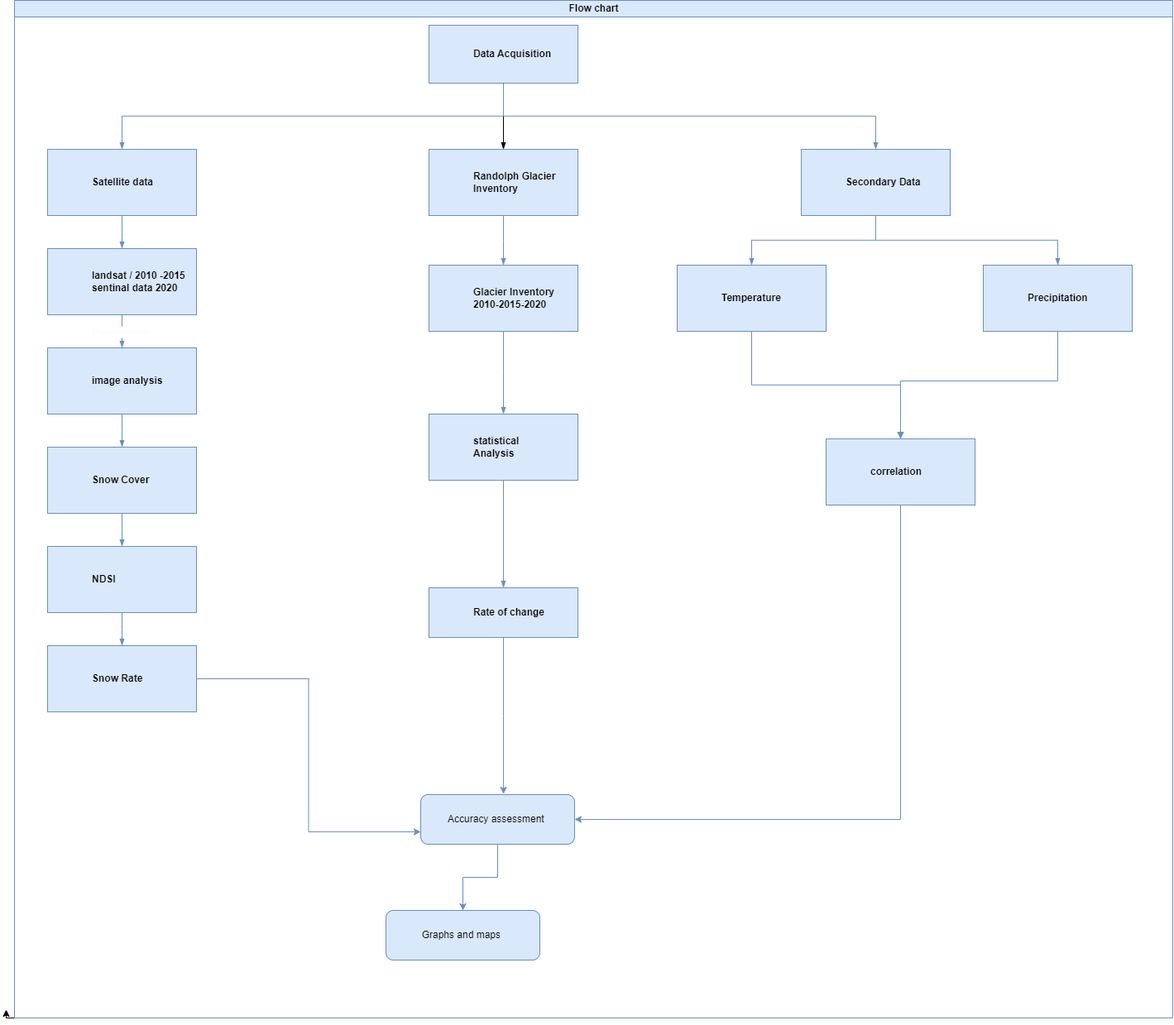
Above: FINALYAER.drawio.png in ZameerAbbas/10-question (draw.io), before the change. Source tidied: cells renumbered, new cells last; positions are measured from the earlier drawing's top-left corner, leaving out a move shared by most shapes.
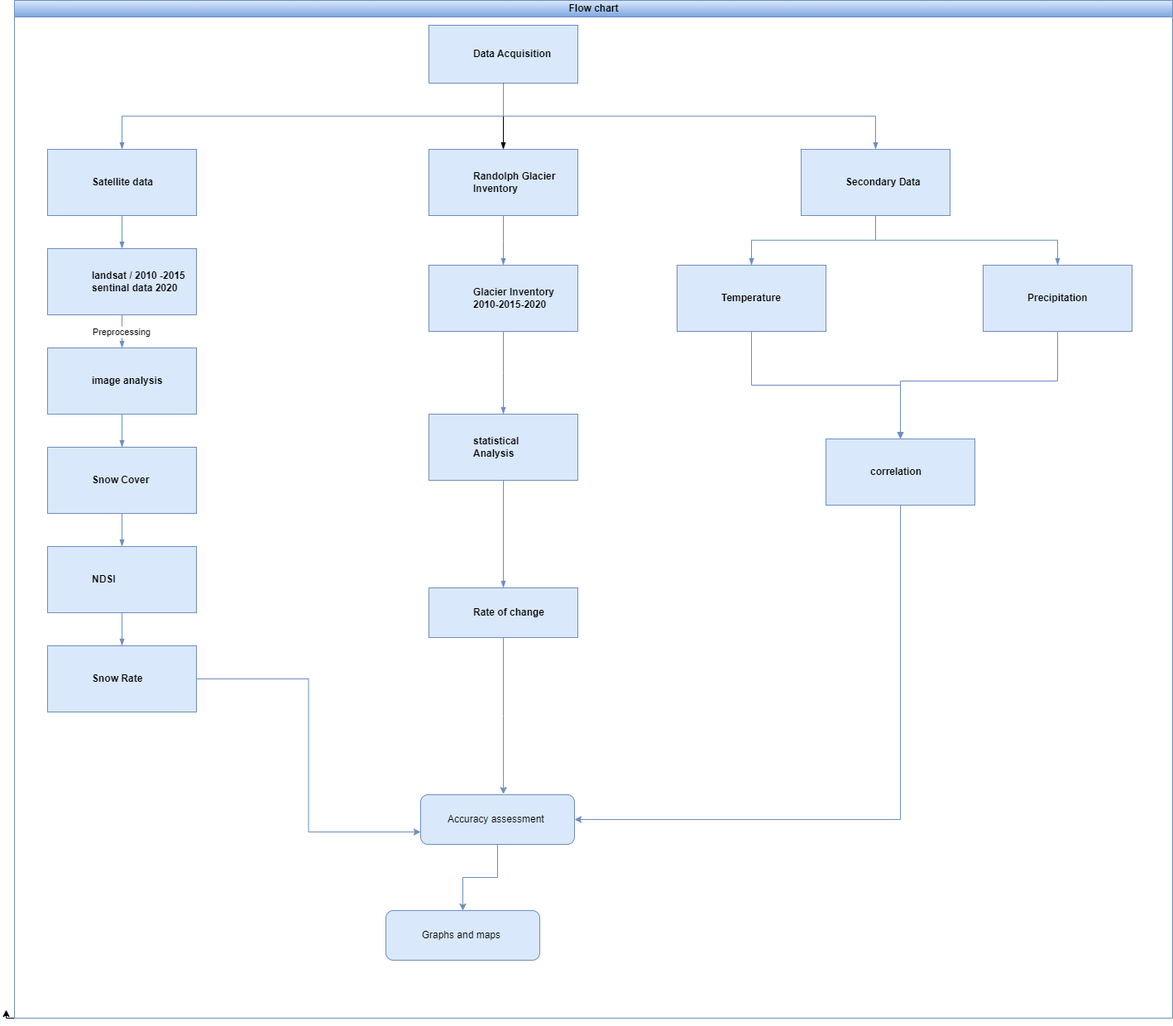
After the commit.

What changed in the source:
```diff
@@ -7,7 +7,7 @@
         <mxPoint y="1220" as="targetPoint" />
       </mxGeometry>
     </mxCell>
-    <mxCell id="3" value="Flow chart" style="swimlane;html=1;startSize=20;horizontal=1;containerType=tree;glass=0;fillColor=#dae8fc;strokeColor=#6c8ebf;" parent="1" vertex="1">
+    <mxCell id="3" value="Flow chart" style="swimlane;html=1;startSize=20;horizontal=1;containerType=tree;glass=0;fillColor=#dae8fc;strokeColor=#6c8ebf;gradientColor=#7ea6e0;" parent="1" vertex="1">
       <mxGeometry x="10" width="1400" height="1230" as="geometry" />
     </mxCell>
     <object id="4" label="Data Acquisition" email="me@example.com" location="Office 1" name="Tessa Miller" placeholders="1" position="CFO">
@@ -90,7 +90,7 @@
         <mxGeometry x="981" y="530" width="180" height="80" as="geometry" />
       </mxCell>
     </object>
-    <mxCell id="23" value="Preprocessing" style="endArrow=blockThin;endFill=1;fontSize=11;edgeStyle=elbowEdgeStyle;elbow=horizontal;rounded=0;fillColor=#dae8fc;strokeColor=#6c8ebf;fontColor=#FCFCFC;" parent="3" edge="1" source="12" target="24">
+    <mxCell id="23" value="Preprocessing" style="endArrow=blockThin;endFill=1;fontSize=11;edgeStyle=elbowEdgeStyle;elbow=vertical;rounded=0;fillColor=#dae8fc;strokeColor=#6c8ebf;fontColor=#0A0A0A;" parent="3" edge="1" source="12" target="24">
       <mxGeometry relative="1" as="geometry" />
     </mxCell>
     <object id="24" label="&lt;div&gt;image analysis&lt;/div&gt;" email="me@example.com" location="Office 2" name="Edward Morrison" placeholders="1" position="Brand Manager">
```
